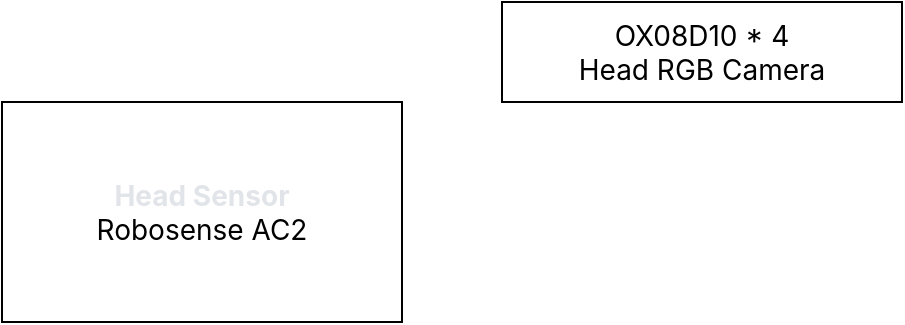
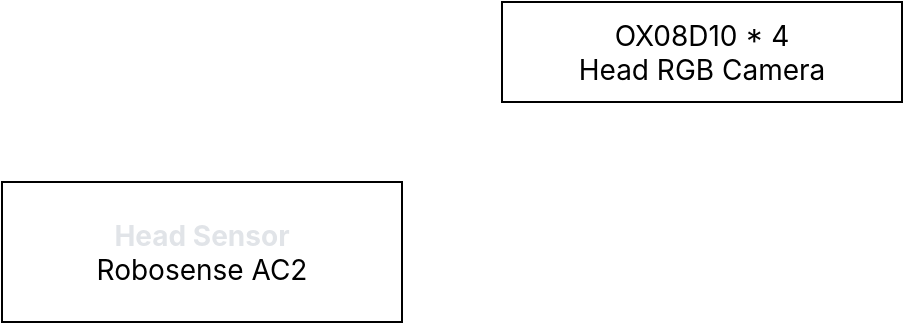
<mxfile host="app.diagrams.net">
  <diagram name="第 1 页" id="LXRXHt9DRMbfsnbOX2XS">
    <mxGraphModel dx="1120" dy="734" grid="1" gridSize="10" guides="1" tooltips="1" connect="1" arrows="1" fold="1" page="1" pageScale="1" pageWidth="827" pageHeight="1169" math="0" shadow="0">
      <root>
        <mxCell id="0" />
        <mxCell id="1" parent="0" />
        <mxCell id="if_Ictj8y_H9tt94Ulmm-2" parent="1" style="rounded=0;whiteSpace=wrap;html=1;" value="&lt;div&gt;&lt;span style=&quot;font-family: -apple-system, BlinkMacSystemFont, &amp;quot;Segoe WPC&amp;quot;, &amp;quot;Segoe UI&amp;quot;, system-ui, Ubuntu, &amp;quot;Droid Sans&amp;quot;, sans-serif; font-size: 14px; text-align: start;&quot;&gt;&lt;font style=&quot;color: light-dark(rgb(225, 228, 232), rgb(255, 255, 255));&quot;&gt;&lt;b&gt;Head Sensor&lt;/b&gt;&lt;/font&gt;&lt;/span&gt;&lt;/div&gt;&lt;div&gt;&lt;span style=&quot;font-family: -apple-system, BlinkMacSystemFont, &amp;quot;Segoe WPC&amp;quot;, &amp;quot;Segoe UI&amp;quot;, system-ui, Ubuntu, &amp;quot;Droid Sans&amp;quot;, sans-serif; font-size: 14px; text-align: start;&quot;&gt;Robosense AC2&lt;/span&gt;&lt;/div&gt;" vertex="1">
-           <mxGeometry height="110" width="200" x="40" y="270" as="geometry" />
+           <mxGeometry height="70" width="200" x="40" y="310" as="geometry" />
        </mxCell>
        <mxCell id="if_Ictj8y_H9tt94Ulmm-3" parent="1" style="rounded=0;whiteSpace=wrap;html=1;align=center;" value="&lt;div style=&quot;&quot;&gt;&lt;span style=&quot;background-color: transparent; color: light-dark(rgb(0, 0, 0), rgb(255, 255, 255)); font-size: 14px;&quot;&gt;&lt;font face=&quot;-apple-system, BlinkMacSystemFont, Segoe WPC, Segoe UI, system-ui, Ubuntu, Droid Sans, sans-serif&quot;&gt;OX08D10 * 4&lt;/font&gt;&lt;/span&gt;&lt;/div&gt;&lt;div style=&quot;&quot;&gt;&lt;font face=&quot;-apple-system, BlinkMacSystemFont, Segoe WPC, Segoe UI, system-ui, Ubuntu, Droid Sans, sans-serif&quot;&gt;&lt;span style=&quot;font-size: 14px;&quot;&gt;Head RGB Camera&lt;/span&gt;&lt;/font&gt;&lt;/div&gt;" vertex="1">
          <mxGeometry height="50" width="200" x="290" y="220" as="geometry" />
        </mxCell>
      </root>
    </mxGraphModel>
  </diagram>
</mxfile>
